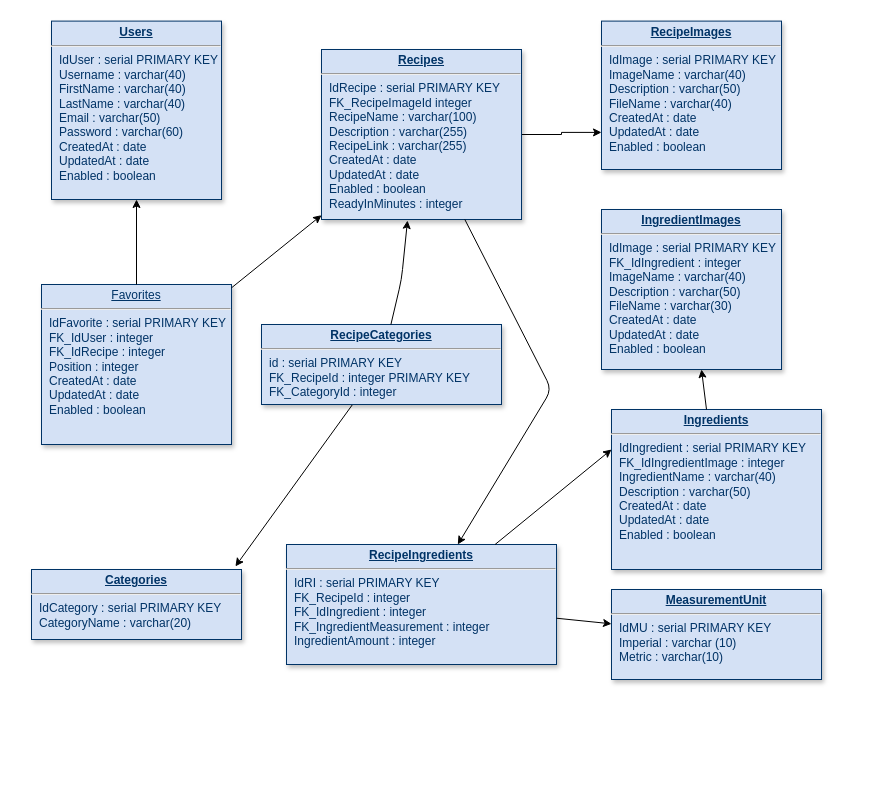
Above: Database.drawio in paraguin271828/react-cookbook (draw.io), before the change. Source tidied: cells renumbered, new cells numbered last; positions are measured from the earlier drawing's top-left corner, leaving out a move shared by most shapes. Both pictures are drawn from the tidied source at 100%, with x=0, y=0 at pixel (31, 21).
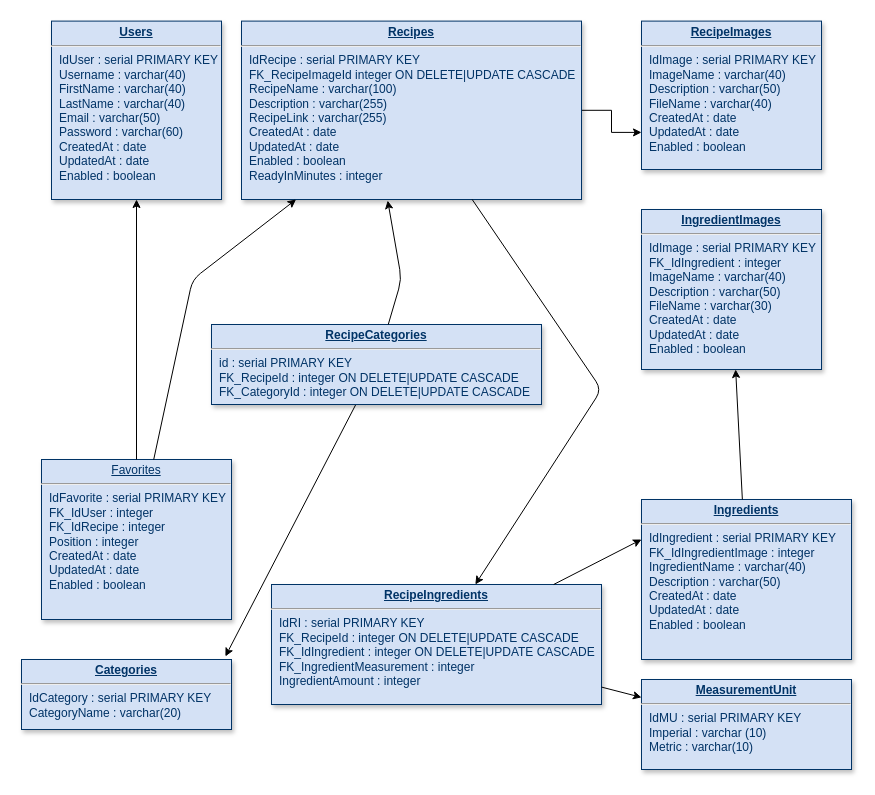
After the change.

The edit, as a diff of the source:
```diff
@@
-    <mxCell id="3" value="&lt;p style=&quot;margin: 0px ; margin-top: 4px ; text-align: center ; text-decoration: underline&quot;&gt;&lt;strong&gt;Recipes&lt;/strong&gt;&lt;/p&gt;&lt;hr&gt;&lt;p style=&quot;margin: 0px ; margin-left: 8px&quot;&gt;IdRecipe : serial PRIMARY KEY&lt;/p&gt;&lt;p style=&quot;margin: 0px ; margin-left: 8px&quot;&gt;FK_RecipeImageId integer&lt;/p&gt;&lt;p style=&quot;margin: 0px ; margin-left: 8px&quot;&gt;RecipeName : varchar(100)&lt;br&gt;&lt;/p&gt;&lt;p style=&quot;margin: 0px ; margin-left: 8px&quot;&gt;Description : varchar(255)&lt;/p&gt;&lt;p style=&quot;margin: 0px ; margin-left: 8px&quot;&gt;RecipeLink : varchar(255)&lt;br&gt;&lt;/p&gt;&lt;p style=&quot;margin: 0px ; margin-left: 8px&quot;&gt;CreatedAt : date&lt;br&gt;&lt;/p&gt;&lt;p style=&quot;margin: 0px ; margin-left: 8px&quot;&gt;UpdatedAt : date&lt;br&gt;&lt;/p&gt;&lt;p style=&quot;margin: 0px ; margin-left: 8px&quot;&gt;Enabled : boolean&lt;/p&gt;&lt;p style=&quot;margin: 0px ; margin-left: 8px&quot;&gt;ReadyInMinutes : integer&lt;br&gt;&lt;/p&gt;" style="verticalAlign=top;align=left;overflow=fill;fontSize=12;fontFamily=Helvetica;html=1;strokeColor=#003366;shadow=1;fillColor=#D4E1F5;fontColor=#003366;" parent="1" vertex="1">
-      <mxGeometry x="290" y="28" width="200" height="170" as="geometry" />
+    <mxCell id="3" value="&lt;p style=&quot;margin: 0px ; margin-top: 4px ; text-align: center ; text-decoration: underline&quot;&gt;&lt;strong&gt;Recipes&lt;/strong&gt;&lt;/p&gt;&lt;hr&gt;&lt;p style=&quot;margin: 0px ; margin-left: 8px&quot;&gt;IdRecipe : serial PRIMARY KEY&lt;/p&gt;&lt;p style=&quot;margin: 0px ; margin-left: 8px&quot;&gt;FK_RecipeImageId integer ON DELETE|UPDATE CASCADE&lt;/p&gt;&lt;p style=&quot;margin: 0px ; margin-left: 8px&quot;&gt;RecipeName : varchar(100)&lt;br&gt;&lt;/p&gt;&lt;p style=&quot;margin: 0px ; margin-left: 8px&quot;&gt;Description : varchar(255)&lt;/p&gt;&lt;p style=&quot;margin: 0px ; margin-left: 8px&quot;&gt;RecipeLink : varchar(255)&lt;br&gt;&lt;/p&gt;&lt;p style=&quot;margin: 0px ; margin-left: 8px&quot;&gt;CreatedAt : date&lt;br&gt;&lt;/p&gt;&lt;p style=&quot;margin: 0px ; margin-left: 8px&quot;&gt;UpdatedAt : date&lt;br&gt;&lt;/p&gt;&lt;p style=&quot;margin: 0px ; margin-left: 8px&quot;&gt;Enabled : boolean&lt;/p&gt;&lt;p style=&quot;margin: 0px ; margin-left: 8px&quot;&gt;ReadyInMinutes : integer&lt;br&gt;&lt;/p&gt;" style="verticalAlign=top;align=left;overflow=fill;fontSize=12;fontFamily=Helvetica;html=1;strokeColor=#003366;shadow=1;fillColor=#D4E1F5;fontColor=#003366;" parent="1" vertex="1">
+      <mxGeometry x="210" y="-0.4" width="340" height="178.4" as="geometry" />
     </mxCell>
     <mxCell id="4" value="&lt;p style=&quot;margin: 0px ; margin-top: 4px ; text-align: center ; text-decoration: underline&quot;&gt;Favorites&lt;/p&gt;&lt;hr&gt;&lt;p style=&quot;margin: 0px ; margin-left: 8px&quot;&gt;IdFavorite : serial PRIMARY KEY&lt;/p&gt;&lt;p style=&quot;margin: 0px ; margin-left: 8px&quot;&gt;FK_IdUser : integer&lt;br&gt;&lt;/p&gt;&lt;p style=&quot;margin: 0px ; margin-left: 8px&quot;&gt;FK_IdRecipe : integer&lt;/p&gt;&lt;p style=&quot;margin: 0px ; margin-left: 8px&quot;&gt;Position : integer&lt;br&gt;&lt;/p&gt;&lt;p style=&quot;margin: 0px ; margin-left: 8px&quot;&gt;CreatedAt : date&lt;br&gt;&lt;/p&gt;&lt;p style=&quot;margin: 0px ; margin-left: 8px&quot;&gt;UpdatedAt : date&lt;br&gt;&lt;/p&gt;&lt;p style=&quot;margin: 0px ; margin-left: 8px&quot;&gt;Enabled : boolean&lt;br&gt;&lt;/p&gt;" style="verticalAlign=top;align=left;overflow=fill;fontSize=12;fontFamily=Helvetica;html=1;strokeColor=#003366;shadow=1;fillColor=#D4E1F5;fontColor=#003366;" parent="1" vertex="1">
-      <mxGeometry x="10" y="263" width="190" height="160" as="geometry" />
+      <mxGeometry x="10" y="438" width="190" height="160" as="geometry" />
     </mxCell>
@@
     <mxCell id="6" value="&lt;p style=&quot;margin: 0px ; margin-top: 4px ; text-align: center ; text-decoration: underline&quot;&gt;&lt;strong&gt;RecipeImages&lt;/strong&gt;&lt;/p&gt;&lt;hr&gt;&lt;p style=&quot;margin: 0px ; margin-left: 8px&quot;&gt;IdImage : serial PRIMARY KEY&lt;/p&gt;&lt;p style=&quot;margin: 0px ; margin-left: 8px&quot;&gt;ImageName : varchar(40)&lt;br&gt;&lt;/p&gt;&lt;p style=&quot;margin: 0px ; margin-left: 8px&quot;&gt;Description : varchar(50)&lt;/p&gt;&lt;p style=&quot;margin: 0px ; margin-left: 8px&quot;&gt;FileName : varchar(40)&lt;/p&gt;&lt;p style=&quot;margin: 0px ; margin-left: 8px&quot;&gt;CreatedAt : date&lt;br&gt;&lt;/p&gt;&lt;p style=&quot;margin: 0px ; margin-left: 8px&quot;&gt;UpdatedAt : date&lt;br&gt;&lt;/p&gt;&lt;p style=&quot;margin: 0px ; margin-left: 8px&quot;&gt;Enabled : boolean&lt;br&gt;&lt;/p&gt;" style="verticalAlign=top;align=left;overflow=fill;fontSize=12;fontFamily=Helvetica;html=1;strokeColor=#003366;shadow=1;fillColor=#D4E1F5;fontColor=#003366;" parent="1" vertex="1">
-      <mxGeometry x="570" y="-0.4" width="180" height="148.4" as="geometry" />
+      <mxGeometry x="610" y="-0.4" width="180" height="148.4" as="geometry" />
     </mxCell>
-    <mxCell id="7" value="&lt;p style=&quot;margin: 0px ; margin-top: 4px ; text-align: center ; text-decoration: underline&quot;&gt;&lt;strong&gt;RecipeIngredients&lt;/strong&gt;&lt;/p&gt;&lt;hr&gt;&lt;p style=&quot;margin: 0px ; margin-left: 8px&quot;&gt;IdRI : serial PRIMARY KEY&lt;/p&gt;&lt;p style=&quot;margin: 0px ; margin-left: 8px&quot;&gt;FK_RecipeId : integer&lt;br&gt;&lt;/p&gt;&lt;p style=&quot;margin: 0px ; margin-left: 8px&quot;&gt;FK_IdIngredient : integer&lt;/p&gt;&lt;p style=&quot;margin: 0px ; margin-left: 8px&quot;&gt;FK_IngredientMeasurement : integer&lt;/p&gt;&lt;p style=&quot;margin: 0px ; margin-left: 8px&quot;&gt;IngredientAmount : integer&lt;br&gt;&lt;/p&gt;" style="verticalAlign=top;align=left;overflow=fill;fontSize=12;fontFamily=Helvetica;html=1;strokeColor=#003366;shadow=1;fillColor=#D4E1F5;fontColor=#003366;" parent="1" vertex="1">
-      <mxGeometry x="255" y="523" width="270" height="120" as="geometry" />
+    <mxCell id="7" value="&lt;p style=&quot;margin: 0px ; margin-top: 4px ; text-align: center ; text-decoration: underline&quot;&gt;&lt;strong&gt;RecipeIngredients&lt;/strong&gt;&lt;/p&gt;&lt;hr&gt;&lt;p style=&quot;margin: 0px ; margin-left: 8px&quot;&gt;IdRI : serial PRIMARY KEY&lt;/p&gt;&lt;p style=&quot;margin: 0px ; margin-left: 8px&quot;&gt;FK_RecipeId : integer ON DELETE|UPDATE CASCADE&lt;/p&gt;&lt;p style=&quot;margin: 0px ; margin-left: 8px&quot;&gt;FK_IdIngredient : integer ON DELETE|UPDATE CASCADE&lt;/p&gt;&lt;p style=&quot;margin: 0px ; margin-left: 8px&quot;&gt;FK_IngredientMeasurement : integer&lt;/p&gt;&lt;p style=&quot;margin: 0px ; margin-left: 8px&quot;&gt;IngredientAmount : integer&lt;br&gt;&lt;/p&gt;" style="verticalAlign=top;align=left;overflow=fill;fontSize=12;fontFamily=Helvetica;html=1;strokeColor=#003366;shadow=1;fillColor=#D4E1F5;fontColor=#003366;" parent="1" vertex="1">
+      <mxGeometry x="240" y="563" width="330" height="120" as="geometry" />
     </mxCell>
     <mxCell id="8" value="&lt;p style=&quot;margin: 0px ; margin-top: 4px ; text-align: center ; text-decoration: underline&quot;&gt;&lt;strong&gt;Ingredients&lt;/strong&gt;&lt;/p&gt;&lt;hr&gt;&lt;p style=&quot;margin: 0px ; margin-left: 8px&quot;&gt;IdIngredient : serial PRIMARY KEY&lt;/p&gt;&lt;p style=&quot;margin: 0px ; margin-left: 8px&quot;&gt;FK_IdIngredientImage : integer&lt;br&gt;&lt;/p&gt;&lt;p style=&quot;margin: 0px ; margin-left: 8px&quot;&gt;IngredientName : varchar(40)&lt;br&gt;&lt;/p&gt;&lt;p style=&quot;margin: 0px ; margin-left: 8px&quot;&gt;Description : varchar(50)&lt;/p&gt;&lt;p style=&quot;margin: 0px ; margin-left: 8px&quot;&gt;CreatedAt : date&lt;br&gt;&lt;/p&gt;&lt;p style=&quot;margin: 0px ; margin-left: 8px&quot;&gt;UpdatedAt : date&lt;br&gt;&lt;/p&gt;&lt;p style=&quot;margin: 0px ; margin-left: 8px&quot;&gt;Enabled : boolean&lt;br&gt;&lt;/p&gt;" style="verticalAlign=top;align=left;overflow=fill;fontSize=12;fontFamily=Helvetica;html=1;strokeColor=#003366;shadow=1;fillColor=#D4E1F5;fontColor=#003366;" parent="1" vertex="1">
-      <mxGeometry x="580" y="388" width="210" height="160" as="geometry" />
+      <mxGeometry x="610" y="478" width="210" height="160" as="geometry" />
     </mxCell>
     <mxCell id="9" value="&lt;p style=&quot;margin: 0px ; margin-top: 4px ; text-align: center ; text-decoration: underline&quot;&gt;&lt;strong&gt;MeasurementUnit&lt;/strong&gt;&lt;/p&gt;&lt;hr&gt;&lt;p style=&quot;margin: 0px ; margin-left: 8px&quot;&gt;IdMU : serial PRIMARY KEY&lt;/p&gt;&lt;p style=&quot;margin: 0px ; margin-left: 8px&quot;&gt;Imperial : varchar (10)&lt;br&gt;&lt;/p&gt;&lt;p style=&quot;margin: 0px ; margin-left: 8px&quot;&gt;Metric : varchar(10)&lt;/p&gt;" style="verticalAlign=top;align=left;overflow=fill;fontSize=12;fontFamily=Helvetica;html=1;strokeColor=#003366;shadow=1;fillColor=#D4E1F5;fontColor=#003366;" parent="1" vertex="1">
-      <mxGeometry x="580" y="568" width="210" height="90" as="geometry" />
+      <mxGeometry x="610" y="658" width="210" height="90" as="geometry" />
     </mxCell>
@@
     <mxCell id="12" value="&lt;p style=&quot;margin: 0px ; margin-top: 4px ; text-align: center ; text-decoration: underline&quot;&gt;&lt;strong&gt;IngredientImages&lt;/strong&gt;&lt;/p&gt;&lt;hr&gt;&lt;p style=&quot;margin: 0px ; margin-left: 8px&quot;&gt;IdImage : serial PRIMARY KEY&lt;/p&gt;&lt;p style=&quot;margin: 0px ; margin-left: 8px&quot;&gt;FK_IdIngredient : integer&lt;br&gt;&lt;/p&gt;&lt;p style=&quot;margin: 0px ; margin-left: 8px&quot;&gt;ImageName : varchar(40)&lt;br&gt;&lt;/p&gt;&lt;p style=&quot;margin: 0px ; margin-left: 8px&quot;&gt;Description : varchar(50)&lt;/p&gt;&lt;p style=&quot;margin: 0px ; margin-left: 8px&quot;&gt;FileName : varchar(30)&lt;/p&gt;&lt;p style=&quot;margin: 0px ; margin-left: 8px&quot;&gt;CreatedAt : date&lt;br&gt;&lt;/p&gt;&lt;p style=&quot;margin: 0px ; margin-left: 8px&quot;&gt;UpdatedAt : date&lt;br&gt;&lt;/p&gt;&lt;p style=&quot;margin: 0px ; margin-left: 8px&quot;&gt;Enabled : boolean&lt;br&gt;&lt;/p&gt;" style="verticalAlign=top;align=left;overflow=fill;fontSize=12;fontFamily=Helvetica;html=1;strokeColor=#003366;shadow=1;fillColor=#D4E1F5;fontColor=#003366;" parent="1" vertex="1">
-      <mxGeometry x="570" y="188" width="180" height="160" as="geometry" />
+      <mxGeometry x="610" y="188" width="180" height="160" as="geometry" />
     </mxCell>
@@
     <mxCell id="14" style="endArrow=classic;html=1;" parent="1" edge="1" source="4" target="3">
-      <mxGeometry relative="1" as="geometry" />
+      <mxGeometry relative="1" as="geometry">
+        <Array as="points">
+          <mxPoint x="161" y="258" />
+        </Array>
+      </mxGeometry>
     </mxCell>
     <mxCell id="15" style="endArrow=classic;html=1;" parent="1" edge="1" source="3" target="7">
       <mxGeometry relative="1" as="geometry">
         <Array as="points">
-          <mxPoint x="520" y="368" />
+          <mxPoint x="570" y="368" />
         </Array>
       </mxGeometry>
     </mxCell>
@@
     <mxCell id="17" value="&lt;p style=&quot;margin: 0px ; margin-top: 4px ; text-align: center ; text-decoration: underline&quot;&gt;&lt;strong&gt;Categories&lt;/strong&gt;&lt;/p&gt;&lt;hr&gt;&lt;p style=&quot;margin: 0px ; margin-left: 8px&quot;&gt;IdCategory : serial PRIMARY KEY&lt;/p&gt;&lt;p style=&quot;margin: 0px ; margin-left: 8px&quot;&gt;CategoryName : varchar(20)&lt;br&gt;&lt;/p&gt;" style="verticalAlign=top;align=left;overflow=fill;fontSize=12;fontFamily=Helvetica;html=1;strokeColor=#003366;shadow=1;fillColor=#D4E1F5;fontColor=#003366;" parent="1" vertex="1">
-      <mxGeometry y="548" width="210" height="70" as="geometry" />
+      <mxGeometry x="-10" y="638" width="210" height="70" as="geometry" />
     </mxCell>
@@
-    <mxCell id="19" value="&lt;p style=&quot;margin: 0px ; margin-top: 4px ; text-align: center ; text-decoration: underline&quot;&gt;&lt;strong&gt;RecipeCategories&lt;/strong&gt;&lt;/p&gt;&lt;hr&gt;&lt;p style=&quot;margin: 0px ; margin-left: 8px&quot;&gt;id : serial PRIMARY KEY&lt;/p&gt;&lt;p style=&quot;margin: 0px ; margin-left: 8px&quot;&gt;FK_RecipeId : integer PRIMARY KEY&lt;/p&gt;&lt;p style=&quot;margin: 0px ; margin-left: 8px&quot;&gt;FK_CategoryId : integer&lt;br&gt;&lt;/p&gt;&lt;p style=&quot;margin: 0px ; margin-left: 8px&quot;&gt;&lt;br&gt;&lt;/p&gt;" style="verticalAlign=top;align=left;overflow=fill;fontSize=12;fontFamily=Helvetica;html=1;strokeColor=#003366;shadow=1;fillColor=#D4E1F5;fontColor=#003366;" parent="1" vertex="1">
-      <mxGeometry x="230" y="303" width="240" height="80" as="geometry" />
+    <mxCell id="19" value="&lt;p style=&quot;margin: 0px ; margin-top: 4px ; text-align: center ; text-decoration: underline&quot;&gt;&lt;strong&gt;RecipeCategories&lt;/strong&gt;&lt;/p&gt;&lt;hr&gt;&lt;p style=&quot;margin: 0px ; margin-left: 8px&quot;&gt;id : serial PRIMARY KEY&lt;/p&gt;&lt;p style=&quot;margin: 0px ; margin-left: 8px&quot;&gt;FK_RecipeId : integer ON DELETE|UPDATE CASCADE&lt;br&gt;&lt;/p&gt;&lt;p style=&quot;margin: 0px ; margin-left: 8px&quot;&gt;FK_CategoryId : integer ON DELETE|UPDATE CASCADE&lt;/p&gt;&lt;p style=&quot;margin: 0px ; margin-left: 8px&quot;&gt;&lt;br&gt;&lt;/p&gt;" style="verticalAlign=top;align=left;overflow=fill;fontSize=12;fontFamily=Helvetica;html=1;strokeColor=#003366;shadow=1;fillColor=#D4E1F5;fontColor=#003366;" parent="1" vertex="1">
+      <mxGeometry x="180" y="303" width="330" height="80" as="geometry" />
     </mxCell>
```
